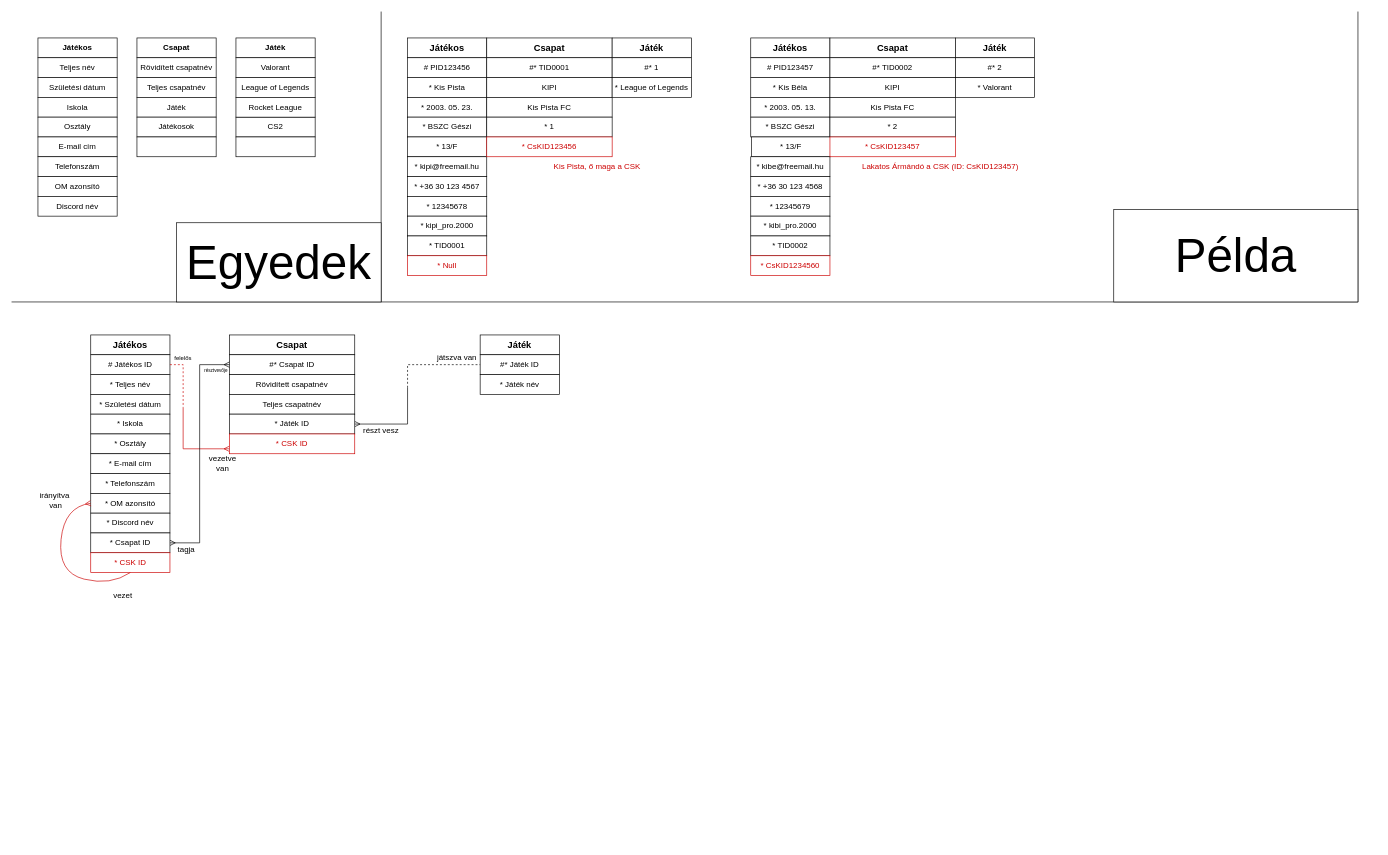
This is Ötletek/Adatbázis/egyedtipus_projekt.drawio from pofferencs/projekt_eslm, a draw.io file, before an edit. Source tidied: cells renumbered, new cells numbered last; positions are measured from the earlier drawing's top-left corner, leaving out a move shared by most shapes. Both pictures are drawn from the tidied source at 66%, with x=0, y=0 at pixel (11, 11).
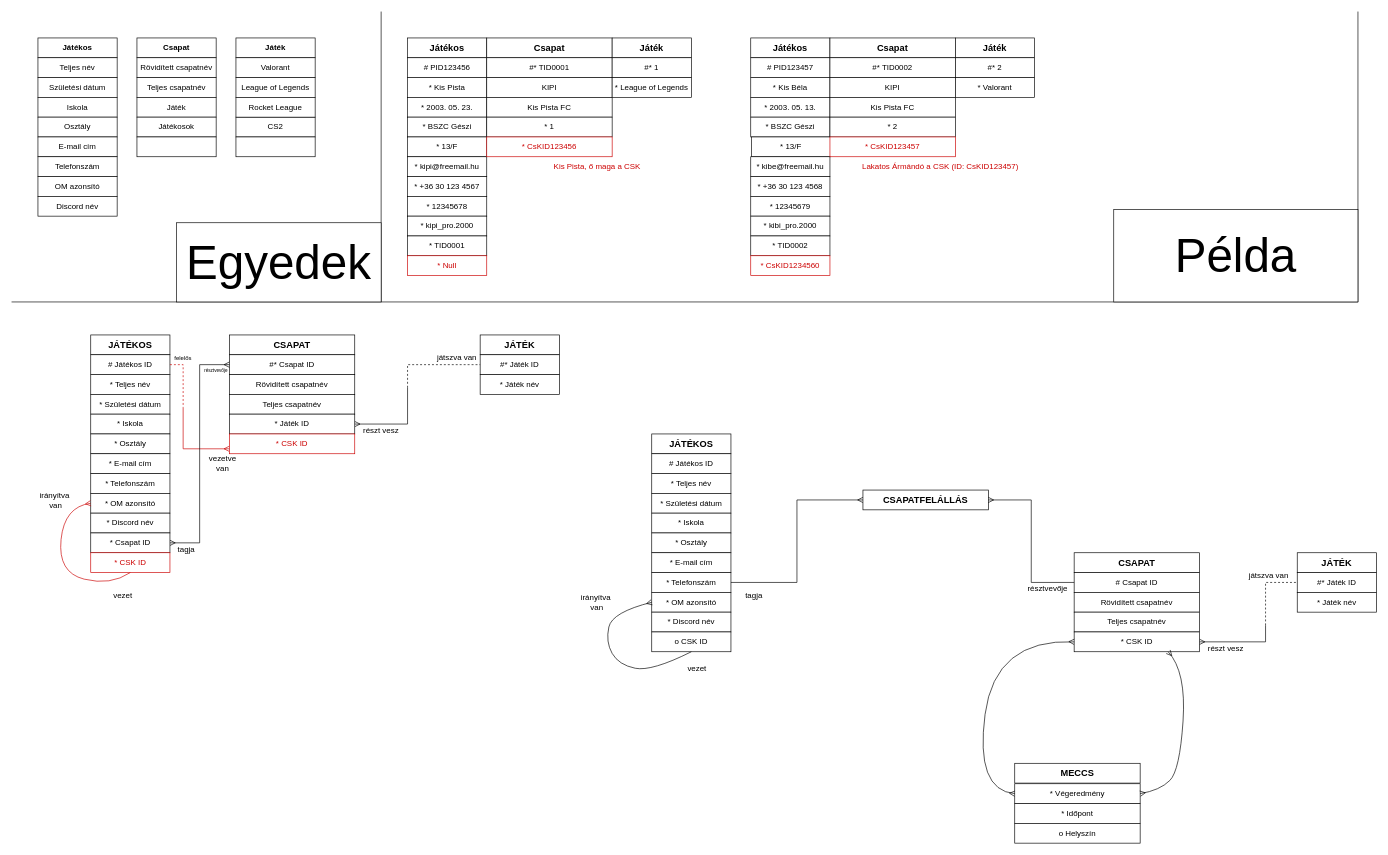
The same page after the edit.

Commit message:
OraiDrawIo_db_model

Change to the diagram source:
```diff
@@
-    <mxCell id="24" value="&lt;b style=&quot;font-size: 14px;&quot;&gt;Játékos&lt;/b&gt;" style="rounded=0;whiteSpace=wrap;html=1;fontSize=14;" parent="1" vertex="1">
+    <mxCell id="24" value="&lt;b style=&quot;font-size: 14px;&quot;&gt;JÁTÉKOS&lt;/b&gt;" style="rounded=0;whiteSpace=wrap;html=1;fontSize=14;" parent="1" vertex="1">
       <mxGeometry x="120" y="490" width="120" height="30" as="geometry" />
     </mxCell>
@@
-    <mxCell id="26" value="&lt;b style=&quot;font-size: 14px;&quot;&gt;Csapat&lt;/b&gt;" style="rounded=0;whiteSpace=wrap;html=1;fontSize=14;" parent="1" vertex="1">
+    <mxCell id="26" value="&lt;b style=&quot;font-size: 14px;&quot;&gt;CSAPAT&lt;/b&gt;" style="rounded=0;whiteSpace=wrap;html=1;fontSize=14;" parent="1" vertex="1">
       <mxGeometry x="330" y="490" width="190" height="30" as="geometry" />
     </mxCell>
@@
-    <mxCell id="29" value="&lt;b style=&quot;font-size: 14px;&quot;&gt;Játék&lt;/b&gt;" style="rounded=0;whiteSpace=wrap;html=1;fontSize=14;" parent="1" vertex="1">
+    <mxCell id="29" value="&lt;b style=&quot;font-size: 14px;&quot;&gt;JÁTÉK&lt;/b&gt;" style="rounded=0;whiteSpace=wrap;html=1;fontSize=14;" parent="1" vertex="1">
       <mxGeometry x="710" y="490" width="120" height="30" as="geometry" />
     </mxCell>
@@
+    <mxCell id="107" value="&lt;b style=&quot;font-size: 14px;&quot;&gt;JÁTÉKOS&lt;/b&gt;" style="rounded=0;whiteSpace=wrap;html=1;fontSize=14;" parent="1" vertex="1">
+      <mxGeometry x="970" y="640" width="120" height="30" as="geometry" />
+    </mxCell>
+    <mxCell id="108" value="&lt;b style=&quot;font-size: 14px;&quot;&gt;CSAPAT&lt;/b&gt;" style="rounded=0;whiteSpace=wrap;html=1;fontSize=14;" parent="1" vertex="1">
+      <mxGeometry x="1610" y="820" width="190" height="30" as="geometry" />
+    </mxCell>
+    <mxCell id="109" value="# Csapat ID" style="rounded=0;whiteSpace=wrap;html=1;" parent="1" vertex="1">
+      <mxGeometry x="1610" y="850" width="190" height="30" as="geometry" />
+    </mxCell>
+    <mxCell id="110" value="* Teljes név" style="rounded=0;whiteSpace=wrap;html=1;" parent="1" vertex="1">
+      <mxGeometry x="970" y="700" width="120" height="30" as="geometry" />
+    </mxCell>
+    <mxCell id="111" value="&lt;b style=&quot;font-size: 14px;&quot;&gt;JÁTÉK&lt;/b&gt;" style="rounded=0;whiteSpace=wrap;html=1;fontSize=14;" parent="1" vertex="1">
+      <mxGeometry x="1948" y="820" width="120" height="30" as="geometry" />
+    </mxCell>
+    <mxCell id="112" value="* Születési dátum" style="rounded=0;whiteSpace=wrap;html=1;" parent="1" vertex="1">
+      <mxGeometry x="970" y="730" width="120" height="30" as="geometry" />
+    </mxCell>
+    <mxCell id="113" value="* Iskola" style="rounded=0;whiteSpace=wrap;html=1;" parent="1" vertex="1">
+      <mxGeometry x="970" y="760" width="120" height="30" as="geometry" />
+    </mxCell>
+    <mxCell id="114" value="* Osztály" style="rounded=0;whiteSpace=wrap;html=1;" parent="1" vertex="1">
+      <mxGeometry x="970" y="790" width="120" height="30" as="geometry" />
+    </mxCell>
+    <mxCell id="115" value="* E-mail cím" style="rounded=0;whiteSpace=wrap;html=1;" parent="1" vertex="1">
+      <mxGeometry x="970" y="820" width="120" height="30" as="geometry" />
+    </mxCell>
+    <mxCell id="116" value="* Telefonszám" style="rounded=0;whiteSpace=wrap;html=1;" parent="1" vertex="1">
+      <mxGeometry x="970" y="850" width="120" height="30" as="geometry" />
+    </mxCell>
+    <mxCell id="117" value="* OM azonsító" style="rounded=0;whiteSpace=wrap;html=1;" parent="1" vertex="1">
+      <mxGeometry x="970" y="880" width="120" height="30" as="geometry" />
+    </mxCell>
+    <mxCell id="118" value="Rövidített csapatnév" style="rounded=0;whiteSpace=wrap;html=1;" parent="1" vertex="1">
+      <mxGeometry x="1610" y="880" width="190" height="30" as="geometry" />
+    </mxCell>
+    <mxCell id="119" value="Teljes csapatnév" style="rounded=0;whiteSpace=wrap;html=1;" parent="1" vertex="1">
+      <mxGeometry x="1610" y="910" width="190" height="30" as="geometry" />
+    </mxCell>
+    <mxCell id="120" style="edgeStyle=orthogonalEdgeStyle;rounded=0;jettySize=auto;html=1;endArrow=none;endFill=0;strokeColor=default;startArrow=ERmany;startFill=0;exitX=1;exitY=0.5;exitDx=0;exitDy=0;" parent="1" edge="1" source="127">
+      <mxGeometry relative="1" as="geometry">
+        <mxPoint x="1900" y="930" as="targetPoint" />
+        <Array as="points">
+          <mxPoint x="1900" y="955" />
+        </Array>
+      </mxGeometry>
+    </mxCell>
+    <mxCell id="121" value="* Discord név" style="rounded=0;whiteSpace=wrap;html=1;" parent="1" vertex="1">
+      <mxGeometry x="970" y="910" width="120" height="30" as="geometry" />
+    </mxCell>
+    <mxCell id="122" value="# Játékos ID" style="rounded=0;whiteSpace=wrap;html=1;" parent="1" vertex="1">
+      <mxGeometry x="970" y="670" width="120" height="30" as="geometry" />
+    </mxCell>
+    <mxCell id="123" value="#* Játék ID" style="rounded=0;whiteSpace=wrap;html=1;" parent="1" vertex="1">
+      <mxGeometry x="1948" y="850" width="120" height="30" as="geometry" />
+    </mxCell>
+    <mxCell id="124" style="endArrow=none;dashed=1;html=1;rounded=0;entryX=0;entryY=0.5;entryDx=0;entryDy=0;endFill=0;" parent="1" edge="1" target="123">
+      <mxGeometry relative="1" as="geometry">
+        <mxPoint x="1900" y="930" as="sourcePoint" />
+        <Array as="points">
+          <mxPoint x="1900" y="865" />
+        </Array>
+      </mxGeometry>
+    </mxCell>
+    <mxCell id="125" value="* Játék név" style="rounded=0;whiteSpace=wrap;html=1;" parent="1" vertex="1">
+      <mxGeometry x="1948" y="880" width="120" height="30" as="geometry" />
+    </mxCell>
+    <mxCell id="126" style="edgeStyle=orthogonalEdgeStyle;rounded=0;jettySize=auto;html=1;entryX=0;entryY=0.5;entryDx=0;entryDy=0;startArrow=none;startFill=0;endArrow=ERmany;endFill=0;exitX=1;exitY=0.5;exitDx=0;exitDy=0;" parent="1" edge="1" source="116" target="136">
+      <mxGeometry relative="1" as="geometry" />
+    </mxCell>
+    <mxCell id="127" value="&lt;font color=&quot;#000000&quot;&gt;* CSK ID&lt;/font&gt;" style="rounded=0;whiteSpace=wrap;html=1;fontColor=#CC0000;strokeColor=#000000;" parent="1" vertex="1">
+      <mxGeometry x="1610" y="940" width="190" height="30" as="geometry" />
+    </mxCell>
+    <mxCell id="128" value="tagja" style="text;html=1;align=center;verticalAlign=middle;whiteSpace=wrap;rounded=0;" parent="1" vertex="1">
+      <mxGeometry x="1090" y="870" width="70" height="30" as="geometry" />
+    </mxCell>
+    <mxCell id="129" value="&lt;font style=&quot;font-size: 12px;&quot;&gt;résztvevője&lt;/font&gt;" style="text;html=1;align=center;verticalAlign=middle;whiteSpace=wrap;rounded=0;fontSize=7;" parent="1" vertex="1">
+      <mxGeometry x="1540" y="860" width="60" height="30" as="geometry" />
+    </mxCell>
+    <mxCell id="130" value="részt vesz" style="text;html=1;align=center;verticalAlign=middle;whiteSpace=wrap;rounded=0;" parent="1" vertex="1">
+      <mxGeometry x="1810" y="950" width="60" height="30" as="geometry" />
+    </mxCell>
+    <mxCell id="131" value="játszva van" style="text;html=1;align=center;verticalAlign=middle;whiteSpace=wrap;rounded=0;" parent="1" vertex="1">
+      <mxGeometry x="1870" y="840" width="70" height="30" as="geometry" />
+    </mxCell>
+    <mxCell id="132" value="&lt;font color=&quot;#000000&quot;&gt;o CSK ID&lt;/font&gt;" style="rounded=0;whiteSpace=wrap;html=1;fontColor=#CC0000;strokeColor=#000000;" parent="1" vertex="1">
+      <mxGeometry x="970" y="940" width="120" height="30" as="geometry" />
+    </mxCell>
+    <mxCell id="133" style="endArrow=none;html=1;rounded=0;curved=1;entryX=0.5;entryY=1;entryDx=0;entryDy=0;exitX=0;exitY=0.5;exitDx=0;exitDy=0;endFill=0;startArrow=ERmany;startFill=0;strokeColor=#000000;" parent="1" edge="1" source="117" target="132">
+      <mxGeometry relative="1" as="geometry">
+        <Array as="points">
+          <mxPoint x="910" y="910" />
+          <mxPoint x="900" y="955" />
+          <mxPoint x="920" y="990" />
+          <mxPoint x="970" y="1000" />
+        </Array>
+      </mxGeometry>
+    </mxCell>
+    <mxCell id="134" value="vezet&amp;nbsp;" style="text;html=1;align=center;verticalAlign=middle;strokeColor=none;fillColor=none;" parent="1" vertex="1">
+      <mxGeometry x="1010" y="980" width="60" height="30" as="geometry" />
+    </mxCell>
+    <mxCell id="135" value="irányítva&lt;div&gt;&amp;nbsp;van&lt;/div&gt;" style="text;html=1;align=center;verticalAlign=middle;strokeColor=none;fillColor=none;" parent="1" vertex="1">
+      <mxGeometry x="850" y="875" width="70" height="40" as="geometry" />
+    </mxCell>
+    <mxCell id="136" value="&lt;span style=&quot;font-size: 14px;&quot;&gt;&lt;b&gt;CSAPATFELÁLLÁS&lt;/b&gt;&lt;/span&gt;" style="rounded=0;whiteSpace=wrap;html=1;fontSize=14;" parent="1" vertex="1">
+      <mxGeometry x="1290" y="725" width="190" height="30" as="geometry" />
+    </mxCell>
+    <mxCell id="137" style="edgeStyle=orthogonalEdgeStyle;rounded=0;jettySize=auto;html=1;entryX=1;entryY=0.5;entryDx=0;entryDy=0;startArrow=none;startFill=0;endArrow=ERmany;endFill=0;exitX=0;exitY=0.5;exitDx=0;exitDy=0;" parent="1" edge="1" source="109" target="136">
+      <mxGeometry relative="1" as="geometry" />
+    </mxCell>
+    <mxCell id="138" value="&lt;b style=&quot;font-size: 14px;&quot;&gt;MECCS&lt;/b&gt;" style="rounded=0;whiteSpace=wrap;html=1;fontSize=14;" parent="1" vertex="1">
+      <mxGeometry x="1520" y="1139" width="190" height="30" as="geometry" />
+    </mxCell>
+    <mxCell id="139" value="* Végeredmény" style="rounded=0;whiteSpace=wrap;html=1;" parent="1" vertex="1">
+      <mxGeometry x="1520" y="1170" width="190" height="30" as="geometry" />
+    </mxCell>
+    <mxCell id="140" value="&lt;font color=&quot;#000000&quot;&gt;* Időpont&lt;/font&gt;" style="rounded=0;whiteSpace=wrap;html=1;fontColor=#CC0000;strokeColor=#000000;" parent="1" vertex="1">
+      <mxGeometry x="1520" y="1200" width="190" height="30" as="geometry" />
+    </mxCell>
+    <mxCell id="141" value="&lt;font color=&quot;#000000&quot;&gt;o Helyszín&lt;/font&gt;" style="rounded=0;whiteSpace=wrap;html=1;fontColor=#CC0000;strokeColor=#000000;" parent="1" vertex="1">
+      <mxGeometry x="1520" y="1230" width="190" height="30" as="geometry" />
+    </mxCell>
+    <mxCell id="142" style="endArrow=ERmany;html=1;rounded=0;curved=1;entryX=0;entryY=0.5;entryDx=0;entryDy=0;exitX=0;exitY=0.5;exitDx=0;exitDy=0;endFill=0;startArrow=ERmany;startFill=0;" parent="1" edge="1" source="139" target="127">
+      <mxGeometry relative="1" as="geometry">
+        <Array as="points">
+          <mxPoint x="1460" y="1180" />
+          <mxPoint x="1490" y="950" />
+        </Array>
+      </mxGeometry>
+    </mxCell>
+    <mxCell id="143" style="endArrow=ERmany;html=1;rounded=0;curved=1;exitX=1;exitY=0.5;exitDx=0;exitDy=0;entryX=0.75;entryY=1;entryDx=0;entryDy=0;startArrow=ERmany;startFill=0;endFill=0;" parent="1" edge="1" source="139" target="127">
+      <mxGeometry relative="1" as="geometry">
+        <Array as="points">
+          <mxPoint x="1740" y="1180" />
+          <mxPoint x="1770" y="1150" />
+          <mxPoint x="1780" y="1000" />
+        </Array>
+      </mxGeometry>
+    </mxCell>
```
